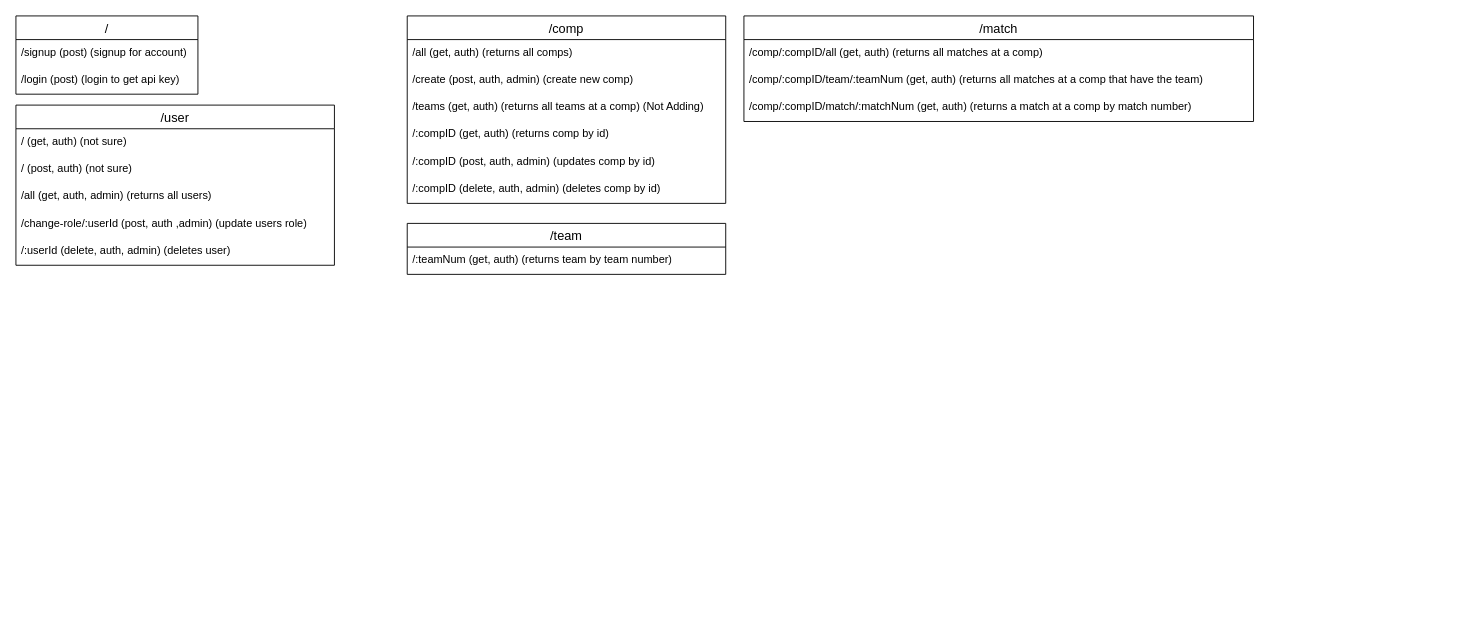
Earlier version of the draw.io diagram diagrams/API Diagram.drawio (Mountie-Megabots/Scout-Pi). Source tidied: cells renumbered, new cells numbered last; positions are measured from the earlier drawing's top-left corner, leaving out a move shared by most shapes. Both pictures are drawn from the tidied source at 91%, with x=0, y=0 at pixel (15, 15).
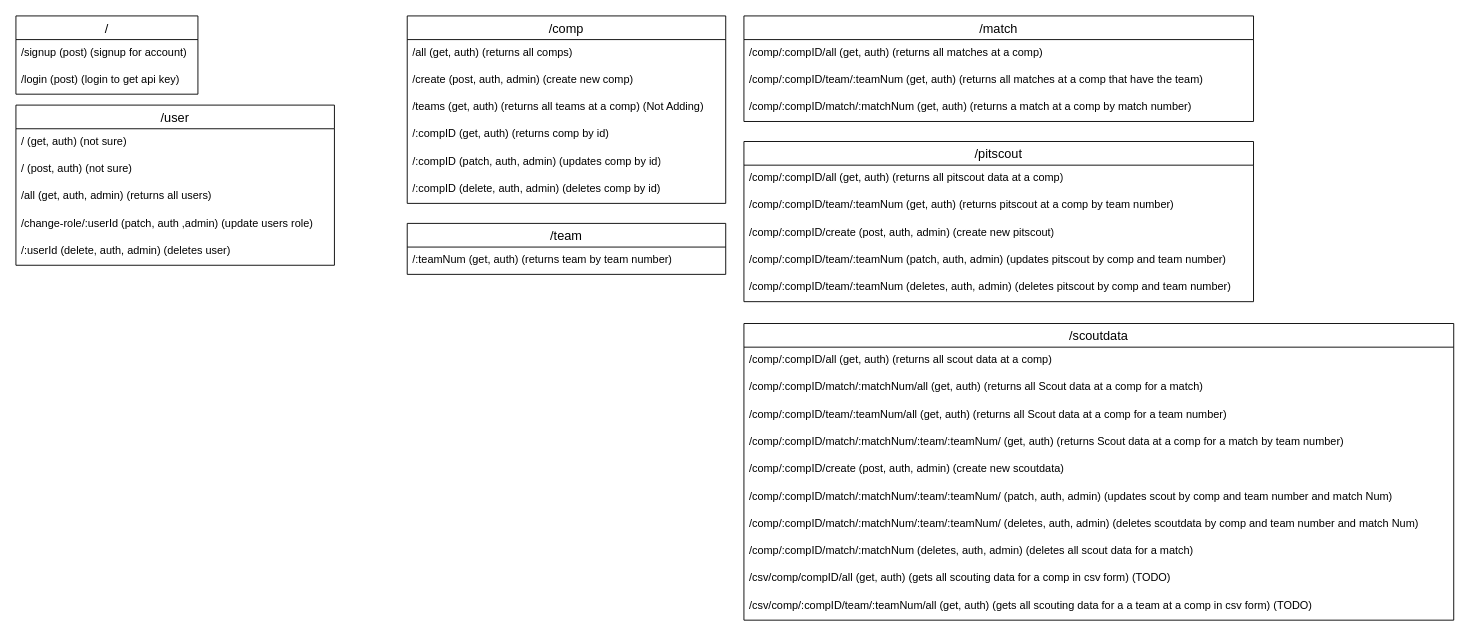
Above is the later version.

Unchanged cells that the change refers to:
```xml
<mxCell id="2" value="/user" style="swimlane;fontStyle=0;horizontal=1;startSize=26;align=center;fontSize=14;" parent="1" vertex="1">
  <mxGeometry y="98" width="350" height="176" as="geometry" />
</mxCell>
<mxCell id="11" value="/comp" style="swimlane;fontStyle=0;horizontal=1;startSize=26;align=center;fontSize=14;" parent="1" vertex="1">
  <mxGeometry x="430" width="350" height="206" as="geometry" />
</mxCell>
```

What changed in the source:
```diff
@@
-    <mxCell id="6" value="/change-role/:userId (post, auth ,admin) (update users role)" style="text;strokeColor=none;fillColor=none;spacingLeft=4;spacingRight=4;overflow=hidden;fontSize=12;whiteSpace=wrap;html=1;" parent="2" vertex="1">
+    <mxCell id="6" value="/change-role/:userId (patch, auth ,admin) (update users role)" style="text;strokeColor=none;fillColor=none;spacingLeft=4;spacingRight=4;overflow=hidden;fontSize=12;whiteSpace=wrap;html=1;" parent="2" vertex="1">
       <mxGeometry y="116" width="350" height="30" as="geometry" />
     </mxCell>
@@
-    <mxCell id="16" value="/:compID (post, auth, admin) (updates comp by id)" style="text;strokeColor=none;fillColor=none;spacingLeft=4;spacingRight=4;overflow=hidden;fontSize=12;whiteSpace=wrap;html=1;" parent="11" vertex="1">
+    <mxCell id="16" value="/:compID (patch, auth, admin) (updates comp by id)" style="text;strokeColor=none;fillColor=none;spacingLeft=4;spacingRight=4;overflow=hidden;fontSize=12;whiteSpace=wrap;html=1;" parent="11" vertex="1">
       <mxGeometry y="146" width="350" height="30" as="geometry" />
     </mxCell>
@@
+    <mxCell id="24" value="/pitscout" style="swimlane;fontStyle=0;horizontal=1;startSize=26;align=center;fontSize=14;" parent="1" vertex="1">
+      <mxGeometry x="800" y="138" width="560" height="176" as="geometry" />
+    </mxCell>
+    <mxCell id="25" value="/comp/:compID/all (get, auth) (returns all pitscout data at a comp)" style="text;strokeColor=none;fillColor=none;spacingLeft=4;spacingRight=4;overflow=hidden;fontSize=12;whiteSpace=wrap;html=1;" parent="24" vertex="1">
+      <mxGeometry y="26" width="560" height="30" as="geometry" />
+    </mxCell>
+    <mxCell id="26" value="/comp/:compID/team/:teamNum (get, auth) (returns pitscout at a comp by team number)" style="text;strokeColor=none;fillColor=none;spacingLeft=4;spacingRight=4;overflow=hidden;fontSize=12;whiteSpace=wrap;html=1;" parent="24" vertex="1">
+      <mxGeometry y="56" width="560" height="30" as="geometry" />
+    </mxCell>
+    <mxCell id="27" value="/comp/:compID/create (post, auth, admin) (create new pitscout)" style="text;strokeColor=none;fillColor=none;spacingLeft=4;spacingRight=4;overflow=hidden;fontSize=12;whiteSpace=wrap;html=1;" parent="24" vertex="1">
+      <mxGeometry y="86" width="560" height="30" as="geometry" />
+    </mxCell>
+    <mxCell id="28" value="/comp/:compID/team/:teamNum (patch, auth, admin) (updates pitscout by comp and team number)" style="text;strokeColor=none;fillColor=none;spacingLeft=4;spacingRight=4;overflow=hidden;fontSize=12;whiteSpace=wrap;html=1;" parent="24" vertex="1">
+      <mxGeometry y="116" width="560" height="30" as="geometry" />
+    </mxCell>
+    <mxCell id="29" value="/comp/:compID/team/:teamNum (deletes, auth, admin) (deletes pitscout by comp and team number)" style="text;strokeColor=none;fillColor=none;spacingLeft=4;spacingRight=4;overflow=hidden;fontSize=12;whiteSpace=wrap;html=1;" parent="24" vertex="1">
+      <mxGeometry y="146" width="560" height="30" as="geometry" />
+    </mxCell>
+    <mxCell id="30" value="/scoutdata" style="swimlane;fontStyle=0;horizontal=1;startSize=26;align=center;fontSize=14;" parent="1" vertex="1">
+      <mxGeometry x="800" y="338" width="780" height="326" as="geometry" />
+    </mxCell>
+    <mxCell id="31" value="/comp/:compID/all (get, auth) (returns all scout data at a comp)" style="text;strokeColor=none;fillColor=none;spacingLeft=4;spacingRight=4;overflow=hidden;fontSize=12;whiteSpace=wrap;html=1;" parent="30" vertex="1">
+      <mxGeometry y="26" width="780" height="30" as="geometry" />
+    </mxCell>
+    <mxCell id="32" value="/comp/:compID/match/:matchNum/all (get, auth) (returns all Scout data at a comp for a match)" style="text;strokeColor=none;fillColor=none;spacingLeft=4;spacingRight=4;overflow=hidden;fontSize=12;whiteSpace=wrap;html=1;" parent="30" vertex="1">
+      <mxGeometry y="56" width="780" height="30" as="geometry" />
+    </mxCell>
+    <mxCell id="33" value="/comp/:compID/team/:teamNum/all (get, auth) (returns all Scout data at a comp for a team number)" style="text;strokeColor=none;fillColor=none;spacingLeft=4;spacingRight=4;overflow=hidden;fontSize=12;whiteSpace=wrap;html=1;" parent="30" vertex="1">
+      <mxGeometry y="86" width="780" height="30" as="geometry" />
+    </mxCell>
+    <mxCell id="34" value="/comp/:compID/match/:matchNum/:team/:teamNum/ (get, auth) (returns Scout data at a comp for a match by team number)" style="text;strokeColor=none;fillColor=none;spacingLeft=4;spacingRight=4;overflow=hidden;fontSize=12;whiteSpace=wrap;html=1;" parent="30" vertex="1">
+      <mxGeometry y="116" width="780" height="30" as="geometry" />
+    </mxCell>
+    <mxCell id="35" value="/comp/:compID/create (post, auth, admin) (create new scoutdata)" style="text;strokeColor=none;fillColor=none;spacingLeft=4;spacingRight=4;overflow=hidden;fontSize=12;whiteSpace=wrap;html=1;" parent="30" vertex="1">
+      <mxGeometry y="146" width="780" height="30" as="geometry" />
+    </mxCell>
+    <mxCell id="36" value="/comp/:compID/match/:matchNum/:team/:teamNum/ (patch, auth, admin) (updates scout by comp and team number and match Num)" style="text;strokeColor=none;fillColor=none;spacingLeft=4;spacingRight=4;overflow=hidden;fontSize=12;whiteSpace=wrap;html=1;" parent="30" vertex="1">
+      <mxGeometry y="176" width="780" height="30" as="geometry" />
+    </mxCell>
+    <mxCell id="37" value="/comp/:compID/match/:matchNum/:team/:teamNum/ (deletes, auth, admin) (deletes scoutdata by comp and team number and match Num)" style="text;strokeColor=none;fillColor=none;spacingLeft=4;spacingRight=4;overflow=hidden;fontSize=12;whiteSpace=wrap;html=1;" parent="30" vertex="1">
+      <mxGeometry y="206" width="780" height="30" as="geometry" />
+    </mxCell>
+    <mxCell id="38" value="/comp/:compID/match/:matchNum (deletes, auth, admin) (deletes all scout data for a match)" style="text;strokeColor=none;fillColor=none;spacingLeft=4;spacingRight=4;overflow=hidden;fontSize=12;whiteSpace=wrap;html=1;" parent="30" vertex="1">
+      <mxGeometry y="236" width="780" height="30" as="geometry" />
+    </mxCell>
+    <mxCell id="39" value="/csv/comp/compID/all (get, auth) (gets all scouting data for a comp in csv form) (TODO)" style="text;strokeColor=none;fillColor=none;spacingLeft=4;spacingRight=4;overflow=hidden;fontSize=12;whiteSpace=wrap;html=1;" parent="30" vertex="1">
+      <mxGeometry y="266" width="780" height="30" as="geometry" />
+    </mxCell>
+    <mxCell id="40" value="/csv/comp/:compID/team/:teamNum/all (get, auth) (gets all scouting data for a a team at a comp in csv form) (TODO)" style="text;strokeColor=none;fillColor=none;spacingLeft=4;spacingRight=4;overflow=hidden;fontSize=12;whiteSpace=wrap;html=1;" parent="30" vertex="1">
+      <mxGeometry y="296" width="780" height="30" as="geometry" />
+    </mxCell>
```
